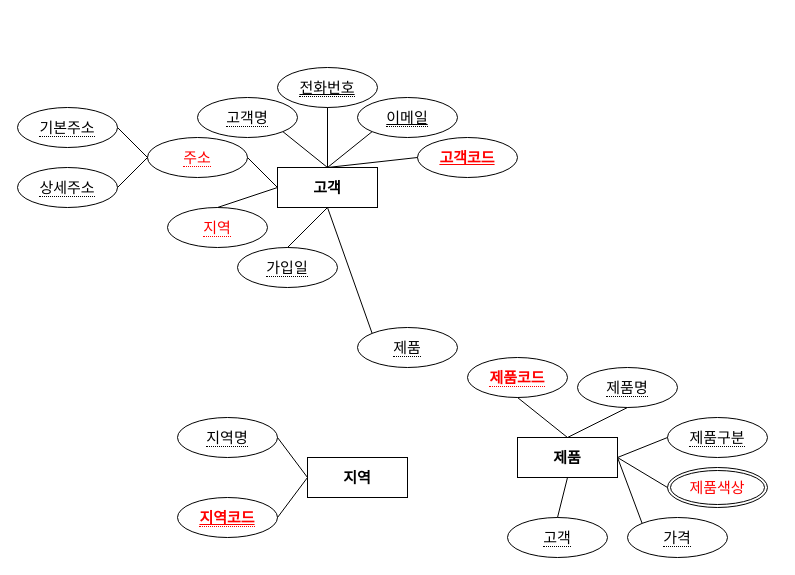
clavis13/clavis keeps this draw.io diagram as product.drawio. Above is the earlier version. Source tidied: cells renumbered, new cells numbered last; positions are measured from the earlier drawing's top-left corner, leaving out a move shared by most shapes. Both pictures are drawn from the tidied source at 100%, with x=0, y=0 at pixel (17, 67).
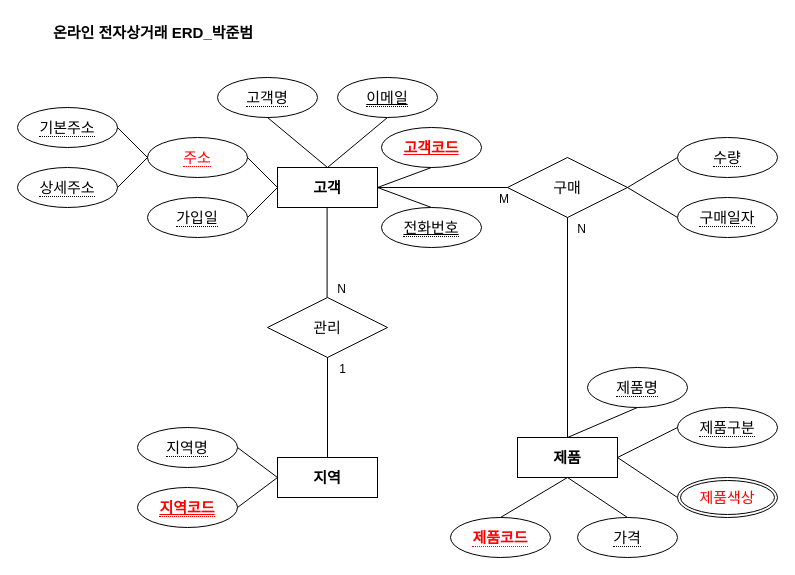
After the change.

Unchanged cells that the change refers to:
```xml
<mxCell id="3" value="고객" style="whiteSpace=wrap;html=1;align=center;fontSize=15;fontStyle=1;" parent="1" vertex="1">
  <mxGeometry x="260" y="100" width="100" height="40" as="geometry" />
</mxCell>
<mxCell id="28" value="제품" style="whiteSpace=wrap;html=1;align=center;fontSize=15;fontStyle=1;" parent="1" vertex="1">
  <mxGeometry x="500" y="370" width="100" height="40" as="geometry" />
</mxCell>
```

Diff of the diagram source:
```diff
@@
     <mxCell id="2" value="지역" style="whiteSpace=wrap;html=1;align=center;fontSize=15;fontStyle=1;" parent="1" vertex="1">
-      <mxGeometry x="290" y="390" width="100" height="40" as="geometry" />
+      <mxGeometry x="260" y="390" width="100" height="40" as="geometry" />
     </mxCell>
@@
     <mxCell id="6" value="&lt;span style=&quot;border-bottom: 1px dotted; font-size: 15px;&quot;&gt;가입일&lt;/span&gt;" style="ellipse;whiteSpace=wrap;html=1;align=center;fontSize=15;" parent="1" vertex="1">
-      <mxGeometry x="220" y="180" width="100" height="40" as="geometry" />
+      <mxGeometry x="130" y="130" width="100" height="40" as="geometry" />
     </mxCell>
-    <mxCell id="7" value="&lt;span style=&quot;border-bottom: 1px dotted; font-size: 15px;&quot;&gt;지역&lt;/span&gt;" style="ellipse;whiteSpace=wrap;html=1;align=center;fontSize=15;fontColor=#FF0000;" parent="1" vertex="1">
-      <mxGeometry x="150" y="140" width="100" height="40" as="geometry" />
-    </mxCell>
@@
-    <mxCell id="9" value="&lt;span style=&quot;border-bottom: 1px dotted; font-size: 15px;&quot;&gt;제품&lt;/span&gt;" style="ellipse;whiteSpace=wrap;html=1;align=center;fontSize=15;" parent="1" vertex="1">
-      <mxGeometry x="340" y="260" width="100" height="40" as="geometry" />
-    </mxCell>
     <mxCell id="10" value="고객코드" style="ellipse;whiteSpace=wrap;html=1;align=center;fontSize=15;fontStyle=5;fontColor=#FF0000;" parent="1" vertex="1">
-      <mxGeometry x="400" y="70" width="100" height="40" as="geometry" />
+      <mxGeometry x="364" y="60" width="100" height="40" as="geometry" />
     </mxCell>
     <mxCell id="11" value="&lt;span style=&quot;border-bottom: 1px dotted; font-size: 15px;&quot;&gt;이메일&lt;/span&gt;" style="ellipse;whiteSpace=wrap;html=1;align=center;fontSize=15;fontStyle=4;" parent="1" vertex="1">
-      <mxGeometry x="340" y="30" width="100" height="40" as="geometry" />
+      <mxGeometry x="320" y="10" width="100" height="40" as="geometry" />
     </mxCell>
     <mxCell id="12" value="&lt;span style=&quot;border-bottom: 1px dotted; font-size: 15px;&quot;&gt;전화번호&lt;/span&gt;" style="ellipse;whiteSpace=wrap;html=1;align=center;fontSize=15;fontStyle=4;" parent="1" vertex="1">
-      <mxGeometry x="260" width="100" height="40" as="geometry" />
+      <mxGeometry x="364" y="140" width="100" height="40" as="geometry" />
     </mxCell>
     <mxCell id="13" value="&lt;span style=&quot;border-bottom: 1px dotted; font-size: 15px;&quot;&gt;고객명&lt;/span&gt;" style="ellipse;whiteSpace=wrap;html=1;align=center;fontSize=15;" parent="1" vertex="1">
-      <mxGeometry x="180" y="30" width="100" height="40" as="geometry" />
+      <mxGeometry x="200" y="10" width="100" height="40" as="geometry" />
     </mxCell>
@@
-    <mxCell id="17" style="endArrow=none;html=1;rounded=0;entryX=0;entryY=0.5;entryDx=0;entryDy=0;exitX=0.5;exitY=0;exitDx=0;exitDy=0;fontSize=15;align=center;" parent="1" edge="1" source="7" target="3">
-      <mxGeometry relative="1" as="geometry" />
-    </mxCell>
-    <mxCell id="18" style="endArrow=none;html=1;rounded=0;entryX=0.5;entryY=1;entryDx=0;entryDy=0;exitX=0.5;exitY=0;exitDx=0;exitDy=0;fontSize=15;align=center;" parent="1" edge="1" source="6" target="3">
+    <mxCell id="18" style="endArrow=none;html=1;rounded=0;entryX=0;entryY=0.5;entryDx=0;entryDy=0;exitX=1;exitY=0.5;exitDx=0;exitDy=0;fontSize=15;align=center;" parent="1" edge="1" source="6" target="3">
       <mxGeometry relative="1" as="geometry" />
     </mxCell>
-    <mxCell id="19" style="endArrow=none;html=1;rounded=0;entryX=0.5;entryY=0;entryDx=0;entryDy=0;exitX=1;exitY=1;exitDx=0;exitDy=0;fontSize=15;align=center;" parent="1" edge="1" source="13" target="3">
+    <mxCell id="19" style="endArrow=none;html=1;rounded=0;entryX=0.5;entryY=0;entryDx=0;entryDy=0;exitX=0.5;exitY=1;exitDx=0;exitDy=0;fontSize=15;align=center;" parent="1" edge="1" source="13" target="3">
       <mxGeometry relative="1" as="geometry" />
     </mxCell>
-    <mxCell id="20" style="endArrow=none;html=1;rounded=0;entryX=0.5;entryY=0;entryDx=0;entryDy=0;exitX=0.5;exitY=1;exitDx=0;exitDy=0;fontSize=15;align=center;" parent="1" edge="1" source="12" target="3">
+    <mxCell id="20" style="endArrow=none;html=1;rounded=0;entryX=1;entryY=0.5;entryDx=0;entryDy=0;exitX=0.5;exitY=0;exitDx=0;exitDy=0;fontSize=15;align=center;" parent="1" edge="1" source="12" target="3">
       <mxGeometry relative="1" as="geometry" />
     </mxCell>
-    <mxCell id="21" style="endArrow=none;html=1;rounded=0;entryX=0.5;entryY=0;entryDx=0;entryDy=0;exitX=0;exitY=1;exitDx=0;exitDy=0;fontSize=15;align=center;" parent="1" edge="1" source="11" target="3">
+    <mxCell id="21" style="endArrow=none;html=1;rounded=0;entryX=0.5;entryY=0;entryDx=0;entryDy=0;exitX=0.5;exitY=1;exitDx=0;exitDy=0;fontSize=15;align=center;" parent="1" edge="1" source="11" target="3">
       <mxGeometry relative="1" as="geometry" />
     </mxCell>
-    <mxCell id="22" style="endArrow=none;html=1;rounded=0;entryX=0.5;entryY=0;entryDx=0;entryDy=0;exitX=0;exitY=0.5;exitDx=0;exitDy=0;fontSize=15;align=center;" parent="1" edge="1" source="10" target="3">
+    <mxCell id="22" style="endArrow=none;html=1;rounded=0;entryX=1;entryY=0.5;entryDx=0;entryDy=0;exitX=0.5;exitY=1;exitDx=0;exitDy=0;fontSize=15;align=center;" parent="1" edge="1" source="10" target="3">
       <mxGeometry relative="1" as="geometry" />
     </mxCell>
-    <mxCell id="23" style="endArrow=none;html=1;rounded=0;entryX=0.5;entryY=1;entryDx=0;entryDy=0;exitX=0;exitY=0;exitDx=0;exitDy=0;fontSize=15;align=center;" parent="1" edge="1" source="9" target="3">
-      <mxGeometry relative="1" as="geometry" />
-    </mxCell>
     <mxCell id="24" value="&lt;span style=&quot;border-bottom: 1px dotted; font-size: 15px;&quot;&gt;지역코드&lt;/span&gt;" style="ellipse;whiteSpace=wrap;html=1;align=center;fontSize=15;fontStyle=5;fontColor=#FF0000;" parent="1" vertex="1">
-      <mxGeometry x="160" y="430" width="100" height="40" as="geometry" />
+      <mxGeometry x="120" y="420" width="100" height="40" as="geometry" />
     </mxCell>
     <mxCell id="25" value="&lt;span style=&quot;border-bottom: 1px dotted; font-size: 15px;&quot;&gt;지역명&lt;/span&gt;" style="ellipse;whiteSpace=wrap;html=1;align=center;fontSize=15;" parent="1" vertex="1">
-      <mxGeometry x="160" y="350" width="100" height="40" as="geometry" />
+      <mxGeometry x="120" y="360" width="100" height="40" as="geometry" />
     </mxCell>
@@
-    <mxCell id="29" value="&lt;span style=&quot;border-bottom: 1px dotted; font-size: 15px;&quot;&gt;고객&lt;/span&gt;" style="ellipse;whiteSpace=wrap;html=1;align=center;fontSize=15;" parent="1" vertex="1">
-      <mxGeometry x="490" y="450" width="100" height="40" as="geometry" />
-    </mxCell>
     <mxCell id="30" value="&lt;span style=&quot;border-bottom: 1px dotted; font-size: 15px;&quot;&gt;가격&lt;/span&gt;" style="ellipse;whiteSpace=wrap;html=1;align=center;fontSize=15;" parent="1" vertex="1">
-      <mxGeometry x="610" y="450" width="100" height="40" as="geometry" />
+      <mxGeometry x="560" y="450" width="100" height="40" as="geometry" />
     </mxCell>
     <mxCell id="31" value="&lt;span style=&quot;border-bottom: 1px dotted; font-size: 15px;&quot;&gt;제품구분&lt;/span&gt;" style="ellipse;whiteSpace=wrap;html=1;align=center;fontSize=15;" parent="1" vertex="1">
-      <mxGeometry x="650" y="350" width="100" height="40" as="geometry" />
+      <mxGeometry x="660" y="340" width="100" height="40" as="geometry" />
     </mxCell>
     <mxCell id="32" value="&lt;span style=&quot;border-bottom: 1px dotted; font-size: 15px;&quot;&gt;제품명&lt;/span&gt;" style="ellipse;whiteSpace=wrap;html=1;align=center;fontSize=15;" parent="1" vertex="1">
-      <mxGeometry x="560" y="300" width="100" height="40" as="geometry" />
+      <mxGeometry x="570" y="300" width="100" height="40" as="geometry" />
     </mxCell>
     <mxCell id="33" value="&lt;span style=&quot;border-bottom: 1px dotted; font-size: 15px;&quot;&gt;제품코드&lt;/span&gt;" style="ellipse;whiteSpace=wrap;html=1;align=center;fontSize=15;fontStyle=1;fontColor=#FF0000;" parent="1" vertex="1">
-      <mxGeometry x="450" y="290" width="100" height="40" as="geometry" />
+      <mxGeometry x="433" y="450" width="100" height="40" as="geometry" />
     </mxCell>
     <mxCell id="34" value="제품색상" style="ellipse;shape=doubleEllipse;margin=3;whiteSpace=wrap;html=1;align=center;fontSize=15;fontColor=#FF0000;" parent="1" vertex="1">
-      <mxGeometry x="650" y="400" width="100" height="40" as="geometry" />
+      <mxGeometry x="660" y="410" width="100" height="40" as="geometry" />
     </mxCell>
-    <mxCell id="35" style="endArrow=none;html=1;rounded=0;entryX=0.5;entryY=1;entryDx=0;entryDy=0;exitX=0.5;exitY=0;exitDx=0;exitDy=0;fontSize=15;align=center;" parent="1" edge="1" source="29" target="28">
-      <mxGeometry relative="1" as="geometry" />
-    </mxCell>
-    <mxCell id="36" style="endArrow=none;html=1;rounded=0;entryX=1;entryY=0.5;entryDx=0;entryDy=0;exitX=0;exitY=0;exitDx=0;exitDy=0;fontSize=15;align=center;" parent="1" edge="1" source="30" target="28">
+    <mxCell id="36" style="endArrow=none;html=1;rounded=0;entryX=0.5;entryY=1;entryDx=0;entryDy=0;exitX=0.5;exitY=0;exitDx=0;exitDy=0;fontSize=15;align=center;" parent="1" edge="1" source="30" target="28">
       <mxGeometry relative="1" as="geometry" />
     </mxCell>
@@
-    <mxCell id="40" style="endArrow=none;html=1;rounded=0;entryX=0.5;entryY=0;entryDx=0;entryDy=0;exitX=0.5;exitY=1;exitDx=0;exitDy=0;fontSize=15;align=center;" parent="1" edge="1" source="33" target="28">
+    <mxCell id="40" style="endArrow=none;html=1;rounded=0;entryX=0.5;entryY=1;entryDx=0;entryDy=0;exitX=0.5;exitY=0;exitDx=0;exitDy=0;fontSize=15;align=center;" parent="1" edge="1" source="33" target="28">
       <mxGeometry relative="1" as="geometry" />
     </mxCell>
+    <mxCell id="41" value="구매" style="shape=rhombus;perimeter=rhombusPerimeter;whiteSpace=wrap;html=1;align=center;fontSize=15;" parent="1" vertex="1">
+      <mxGeometry x="490" y="90" width="120" height="60" as="geometry" />
+    </mxCell>
+    <mxCell id="42" value="&lt;span style=&quot;border-bottom: 1px dotted; font-size: 15px;&quot;&gt;구매일자&lt;/span&gt;" style="ellipse;whiteSpace=wrap;html=1;align=center;fontSize=15;" parent="1" vertex="1">
+      <mxGeometry x="660" y="130" width="100" height="40" as="geometry" />
+    </mxCell>
+    <mxCell id="43" value="&lt;span style=&quot;border-bottom: 1px dotted; font-size: 15px;&quot;&gt;수량&lt;/span&gt;" style="ellipse;whiteSpace=wrap;html=1;align=center;fontSize=15;" parent="1" vertex="1">
+      <mxGeometry x="660" y="70" width="100" height="40" as="geometry" />
+    </mxCell>
+    <mxCell id="44" style="endArrow=none;html=1;rounded=0;entryX=0;entryY=0.5;entryDx=0;entryDy=0;exitX=1;exitY=0.5;exitDx=0;exitDy=0;" parent="1" edge="1" source="41" target="42">
+      <mxGeometry relative="1" as="geometry" />
+    </mxCell>
+    <mxCell id="45" style="endArrow=none;html=1;rounded=0;entryX=0;entryY=0.5;entryDx=0;entryDy=0;exitX=1;exitY=0.5;exitDx=0;exitDy=0;" parent="1" edge="1" source="41" target="43">
+      <mxGeometry relative="1" as="geometry" />
+    </mxCell>
+    <mxCell id="46" value="관리" style="shape=rhombus;perimeter=rhombusPerimeter;whiteSpace=wrap;html=1;align=center;fontSize=15;" parent="1" vertex="1">
+      <mxGeometry x="250" y="230" width="120" height="60" as="geometry" />
+    </mxCell>
+    <mxCell id="47" style="endArrow=none;html=1;rounded=0;exitX=0.5;exitY=1;exitDx=0;exitDy=0;entryX=0.5;entryY=0;entryDx=0;entryDy=0;" parent="1" edge="1">
+      <mxGeometry relative="1" as="geometry">
+        <mxPoint x="309.6" y="140" as="sourcePoint" />
+        <mxPoint x="309.6" y="230" as="targetPoint" />
+      </mxGeometry>
+    </mxCell>
+    <mxCell id="48" value="N" style="html=1;whiteSpace=wrap;align=right;verticalAlign=bottom;" parent="47" vertex="1">
+      <mxGeometry x="1" relative="1" as="geometry">
+        <mxPoint x="20" as="offset" />
+      </mxGeometry>
+    </mxCell>
+    <mxCell id="49" style="endArrow=none;html=1;rounded=0;exitX=0.5;exitY=0;exitDx=0;exitDy=0;entryX=0.5;entryY=1;entryDx=0;entryDy=0;" parent="1" edge="1" source="2" target="46">
+      <mxGeometry relative="1" as="geometry" />
+    </mxCell>
+    <mxCell id="50" value="1" style="html=1;whiteSpace=wrap;align=right;verticalAlign=bottom;" parent="49" vertex="1">
+      <mxGeometry x="1" relative="1" as="geometry">
+        <mxPoint x="20" y="20" as="offset" />
+      </mxGeometry>
+    </mxCell>
+    <mxCell id="51" style="endArrow=none;html=1;rounded=0;entryX=0.5;entryY=0;entryDx=0;entryDy=0;exitX=0.5;exitY=1;exitDx=0;exitDy=0;" parent="1" edge="1" source="41" target="28">
+      <mxGeometry relative="1" as="geometry" />
+    </mxCell>
+    <mxCell id="52" value="N" style="html=1;whiteSpace=wrap;align=right;verticalAlign=bottom;" parent="51" vertex="1">
+      <mxGeometry x="1" relative="1" as="geometry">
+        <mxPoint x="20" y="-200" as="offset" />
+      </mxGeometry>
+    </mxCell>
+    <mxCell id="53" style="endArrow=none;html=1;rounded=0;exitX=0;exitY=0.5;exitDx=0;exitDy=0;entryX=1;entryY=0.5;entryDx=0;entryDy=0;" parent="1" edge="1" source="41" target="3">
+      <mxGeometry relative="1" as="geometry" />
+    </mxCell>
+    <mxCell id="54" value="M" style="html=1;whiteSpace=wrap;align=left;verticalAlign=bottom;" parent="53" vertex="1">
+      <mxGeometry x="-1" relative="1" as="geometry">
+        <mxPoint x="-10" y="20" as="offset" />
+      </mxGeometry>
+    </mxCell>
+    <mxCell id="55" value="온라인 전자상거래 ERD_박준범" style="text;strokeColor=none;fillColor=none;spacingLeft=4;spacingRight=4;overflow=hidden;fontSize=15;whiteSpace=wrap;html=1;fontStyle=1;" parent="1" vertex="1">
+      <mxGeometry x="30" y="-50" width="230" height="30" as="geometry" />
+    </mxCell>
```
